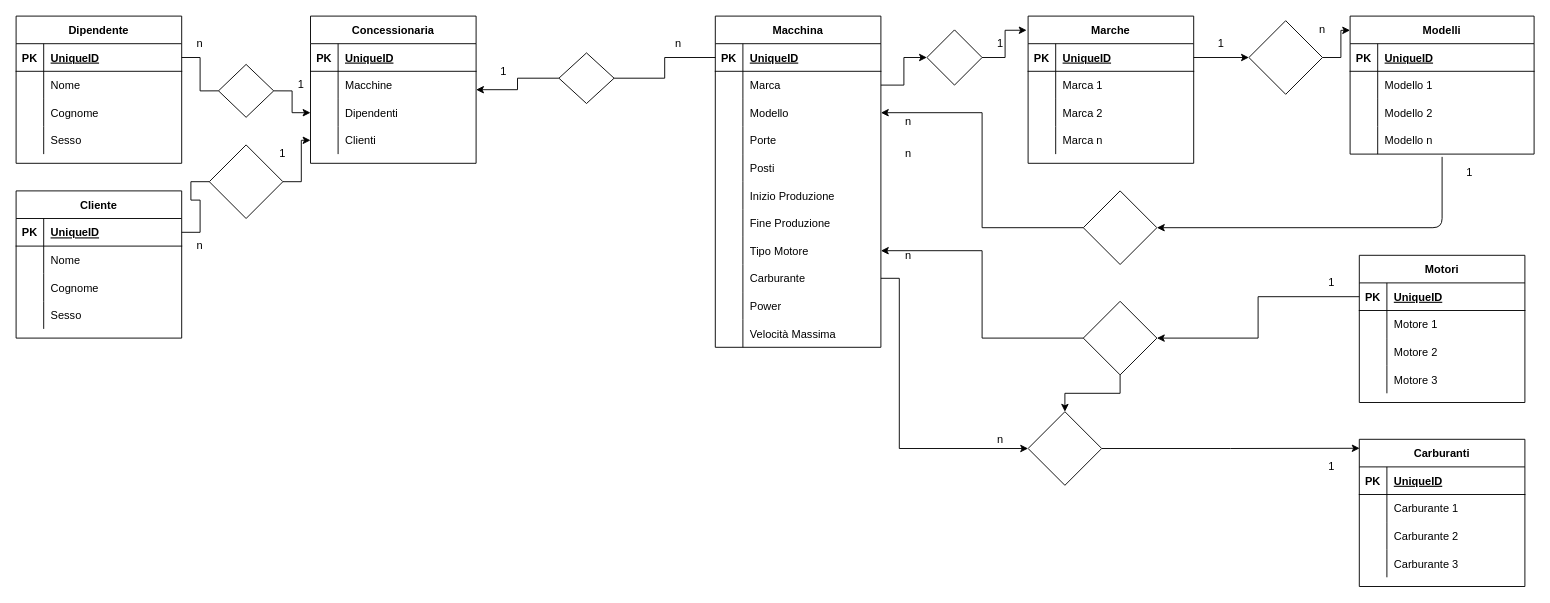
This is E-R.drawio from MarcoMihajlovic/db-first, a draw.io file, before an edit. Source tidied: cells renumbered, new cells numbered last; positions are measured from the earlier drawing's top-left corner, leaving out a move shared by most shapes. Both pictures are drawn from the tidied source at 92%, with x=0, y=0 at pixel (16, 16).
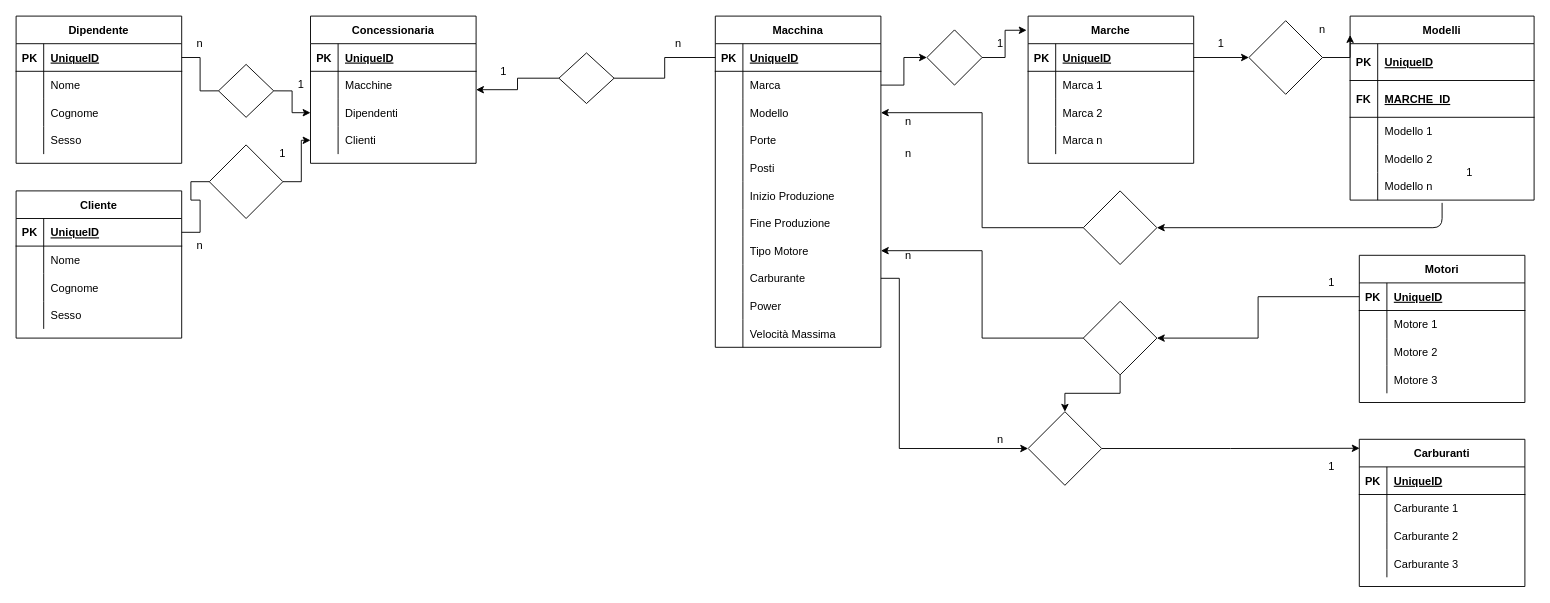
The same diagram, later.

The edit, as a diff of the source:
```diff
@@
     <mxCell id="52" value="Modelli" style="shape=table;startSize=30;childLayout=tableLayout;rowLines=0;fontStyle=1;align=center;" parent="1" vertex="1">
-      <mxGeometry x="1450" width="200" height="150" as="geometry" />
+      <mxGeometry x="1450" width="200" height="200" as="geometry" />
     </mxCell>
     <mxCell id="53" style="shape=partialRectangle;fillColor=none;top=0;left=0;bottom=1;right=0;" parent="52" vertex="1">
-      <mxGeometry y="30" width="200" height="30" as="geometry" />
+      <mxGeometry y="30" width="200" height="40" as="geometry" />
     </mxCell>
     <mxCell id="54" value="PK" style="shape=partialRectangle;fillColor=none;top=0;left=0;bottom=0;right=0;fontStyle=1;overflow=hidden;" parent="53" vertex="1">
-      <mxGeometry width="30" height="30" as="geometry" />
+      <mxGeometry width="30" height="40" as="geometry" />
     </mxCell>
     <mxCell id="55" value="UniqueID" style="shape=partialRectangle;fillColor=none;top=0;left=0;bottom=0;right=0;align=left;spacingLeft=6;fontStyle=5;overflow=hidden;" parent="53" vertex="1">
-      <mxGeometry x="30" width="170" height="30" as="geometry" />
+      <mxGeometry x="30" width="170" height="40" as="geometry" />
     </mxCell>
+    <mxCell id="168" style="shape=partialRectangle;fillColor=none;top=0;left=0;bottom=1;right=0;" parent="52" vertex="1">
+      <mxGeometry y="70" width="200" height="40" as="geometry" />
+    </mxCell>
+    <mxCell id="169" value="FK" style="shape=partialRectangle;fillColor=none;top=0;left=0;bottom=0;right=0;fontStyle=1;overflow=hidden;" parent="168" vertex="1">
+      <mxGeometry width="30" height="40" as="geometry" />
+    </mxCell>
+    <mxCell id="170" value="MARCHE_ID" style="shape=partialRectangle;fillColor=none;top=0;left=0;bottom=0;right=0;align=left;spacingLeft=6;fontStyle=5;overflow=hidden;" parent="168" vertex="1">
+      <mxGeometry x="30" width="170" height="40" as="geometry" />
+    </mxCell>
     <mxCell id="56" style="shape=partialRectangle;fillColor=none;top=0;left=0;bottom=0;right=0;" parent="52" vertex="1">
-      <mxGeometry y="60" width="200" height="30" as="geometry" />
+      <mxGeometry y="110" width="200" height="30" as="geometry" />
     </mxCell>
@@
     <mxCell id="59" style="shape=partialRectangle;fillColor=none;top=0;left=0;bottom=0;right=0;" parent="52" vertex="1">
-      <mxGeometry y="90" width="200" height="30" as="geometry" />
+      <mxGeometry y="140" width="200" height="30" as="geometry" />
     </mxCell>
@@
     <mxCell id="62" style="shape=partialRectangle;fillColor=none;top=0;left=0;bottom=0;right=0;points=[[0,0.5],[1,0.5]];portConstraint=eastwest;" parent="52" vertex="1">
-      <mxGeometry y="120" width="200" height="30" as="geometry" />
+      <mxGeometry y="170" width="200" height="30" as="geometry" />
     </mxCell>
```
